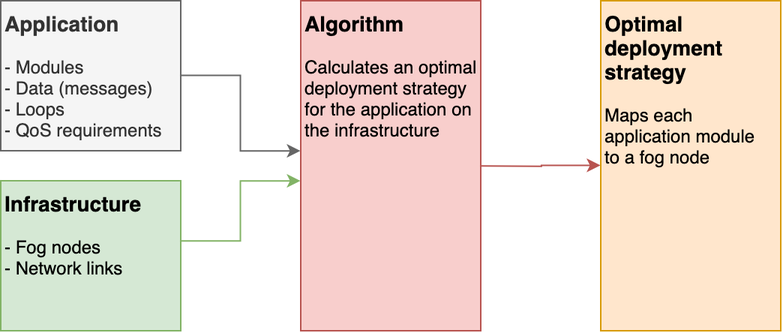
Earlier version of the draw.io export documents/figures/algorithm-architecture.png (slienau/bachelor-thesis). Source tidied: cells renumbered, new cells last; positions are measured from the earlier drawing's top-left corner, leaving out a move shared by most shapes.
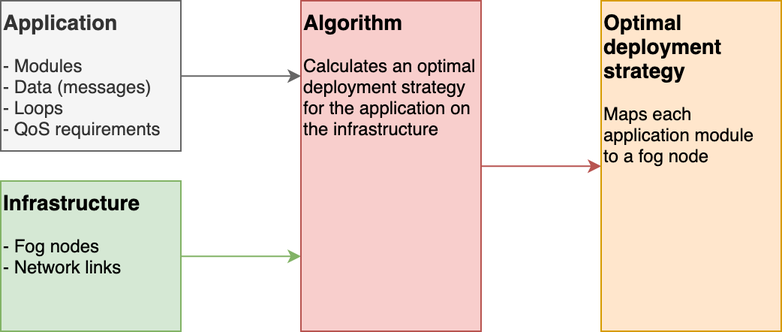
The same diagram one commit later.

Change to the diagram source:
```diff
@@ -2,33 +2,33 @@
   <root>
     <mxCell id="0" />
     <mxCell id="1" parent="0" />
-    <mxCell id="2" style="edgeStyle=orthogonalEdgeStyle;rounded=0;jettySize=auto;html=1;fillColor=#d5e8d4;strokeColor=#82b366;" parent="1" edge="1" source="3">
-      <mxGeometry relative="1" as="geometry">
-        <mxPoint x="200" y="120.1" as="targetPoint" />
-        <Array as="points">
-          <mxPoint x="160" y="160" />
-          <mxPoint x="160" y="120" />
-        </Array>
-      </mxGeometry>
-    </mxCell>
+    <mxCell id="9" style="edgeStyle=orthogonalEdgeStyle;rounded=0;jettySize=auto;html=1;entryX=0;entryY=0.774;entryDx=0;entryDy=0;entryPerimeter=0;fillColor=#d5e8d4;strokeColor=#82b366;" parent="1" edge="1" source="3" target="8">
+      <mxGeometry relative="1" as="geometry">
+        <Array as="points">
+          <mxPoint x="160" y="170" />
+        </Array>
+      </mxGeometry>
+    </mxCell>
     <mxCell id="3" value="&lt;b&gt;&lt;font style=&quot;font-size: 14px&quot;&gt;Infrastructure&lt;br&gt;&lt;/font&gt;&lt;/b&gt;&lt;br style=&quot;font-size: 4px&quot;&gt;- Fog nodes&lt;br&gt;- Network links" style="rounded=0;whiteSpace=wrap;html=1;align=left;verticalAlign=top;fillColor=#d5e8d4;strokeColor=#82b366;strokeWidth=1;" parent="1" vertex="1">
       <mxGeometry y="120" width="120" height="100" as="geometry" />
     </mxCell>
-    <mxCell id="4" style="edgeStyle=orthogonalEdgeStyle;rounded=0;jettySize=auto;html=1;fillColor=#f5f5f5;strokeColor=#666666;" parent="1" edge="1" source="5">
-      <mxGeometry relative="1" as="geometry">
-        <mxPoint x="200" y="100.1" as="targetPoint" />
-        <Array as="points">
-          <mxPoint x="160" y="50" />
-          <mxPoint x="160" y="100" />
-        </Array>
-      </mxGeometry>
-    </mxCell>
+    <mxCell id="10" style="edgeStyle=orthogonalEdgeStyle;rounded=0;jettySize=auto;html=1;entryX=0;entryY=0.227;entryDx=0;entryDy=0;entryPerimeter=0;fillColor=#f5f5f5;strokeColor=#666666;" parent="1" edge="1" source="5" target="8">
+      <mxGeometry relative="1" as="geometry">
+        <Array as="points">
+          <mxPoint x="160" y="50" />
+        </Array>
+      </mxGeometry>
+    </mxCell>
     <mxCell id="5" value="&lt;b&gt;&lt;font style=&quot;font-size: 14px&quot;&gt;Application&lt;/font&gt;&lt;/b&gt;&lt;br&gt;&lt;br&gt;- Modules&lt;br&gt;- Data (messages)&lt;br&gt;- Loops&lt;br&gt;- QoS requirements" style="rounded=0;whiteSpace=wrap;html=1;align=left;verticalAlign=top;fillColor=#f5f5f5;strokeColor=#666666;strokeWidth=1;fontColor=#333333;" parent="1" vertex="1">
       <mxGeometry width="120" height="100" as="geometry" />
     </mxCell>
     <mxCell id="6" style="edgeStyle=orthogonalEdgeStyle;rounded=0;jettySize=auto;html=1;exitX=1;exitY=0.5;exitDx=0;exitDy=0;entryX=0;entryY=0.5;entryDx=0;entryDy=0;fillColor=#f8cecc;strokeColor=#b85450;" parent="1" edge="1" target="7">
       <mxGeometry relative="1" as="geometry">
         <mxPoint x="320.1" y="110.1" as="sourcePoint" />
+        <Array as="points">
+          <mxPoint x="380" y="110" />
+          <mxPoint x="380" y="110" />
+        </Array>
       </mxGeometry>
     </mxCell>
     <mxCell id="7" value="&lt;font style=&quot;font-size: 14px&quot;&gt;&lt;b&gt;Optimal deployment&lt;br&gt;strategy&lt;/b&gt;&lt;br&gt;&lt;/font&gt;&lt;br&gt;Maps each application module to&amp;nbsp;a fog node" style="rounded=0;whiteSpace=wrap;html=1;horizontal=1;align=left;verticalAlign=top;fillColor=#ffe6cc;strokeColor=#d79b00;" parent="1" vertex="1">
```
